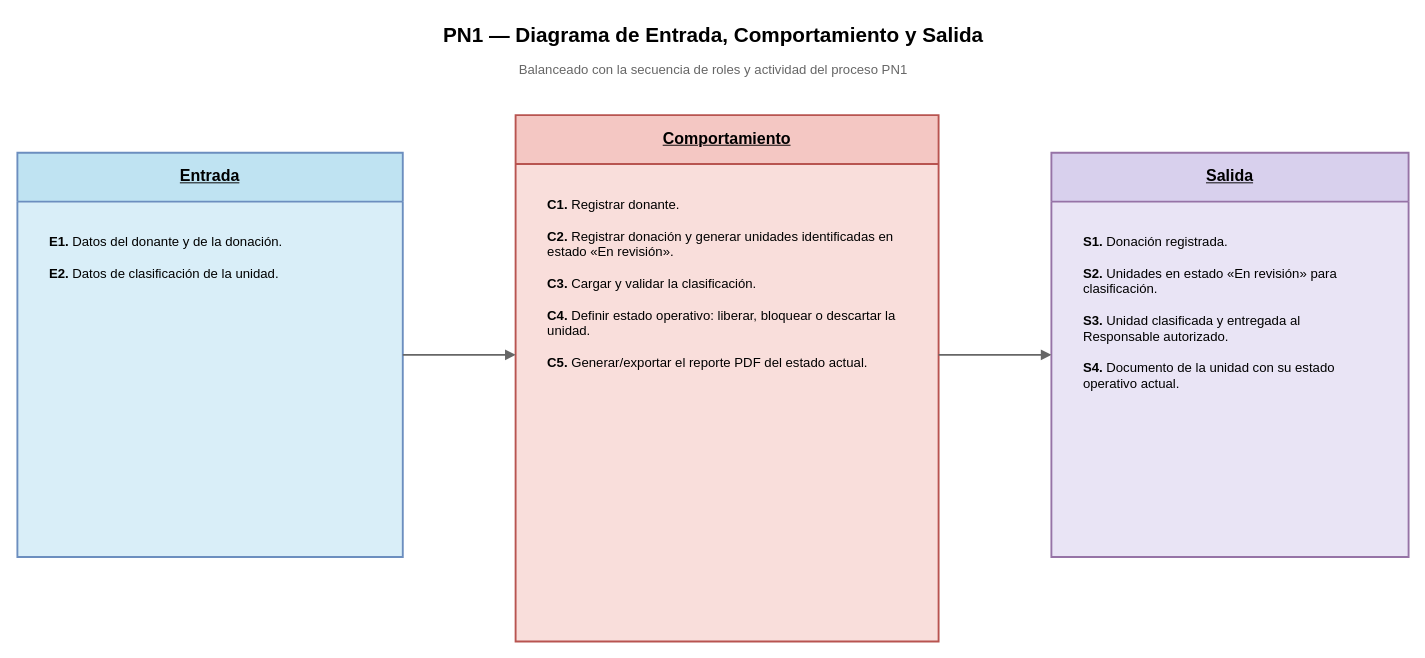
This is Diagramas/Secuencia de Roles/PN1_DiagramaEntradaComportamientoSalida.drawio from juanNH/Ingenieria-de-Software, a draw.io file, before an edit. Source tidied: cells renumbered, new cells numbered last; positions are measured from the earlier drawing's top-left corner, leaving out a move shared by most shapes. Both pictures are drawn from the tidied source at 94%, with x=0, y=0 at pixel (17, 16).
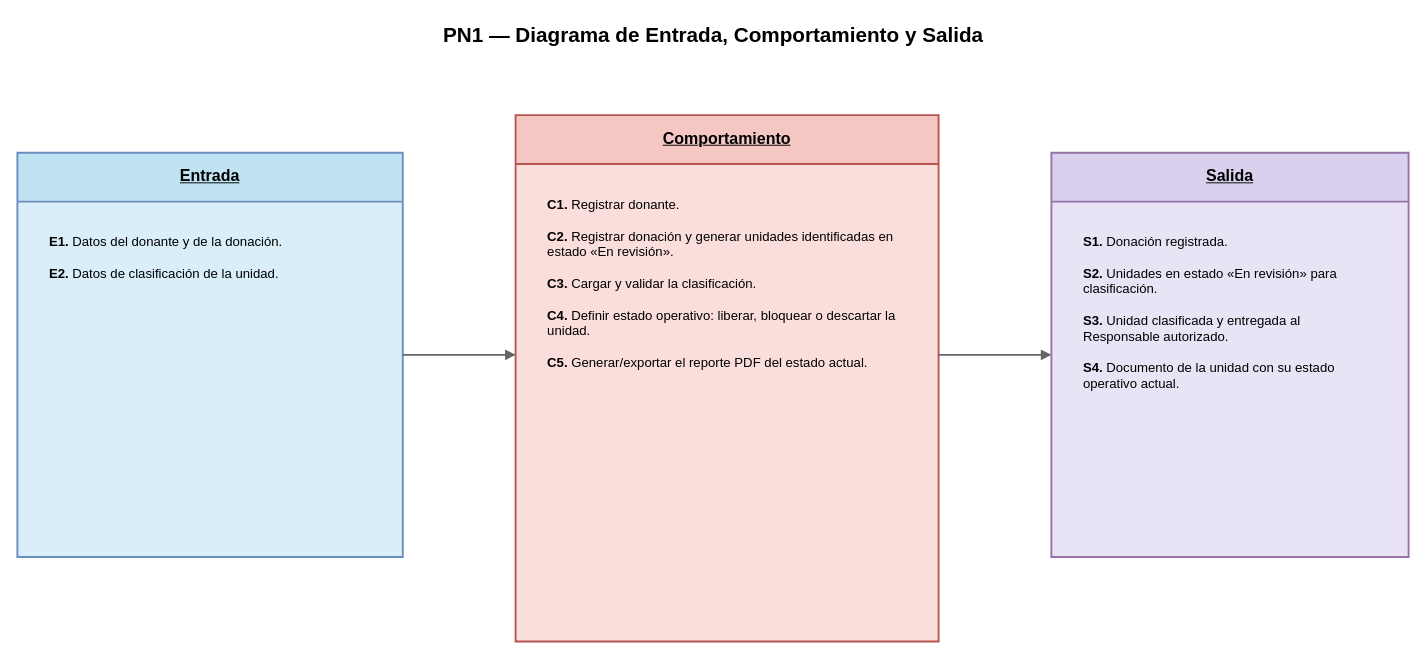
The same page after the edit.

What changed in the source:
```diff
@@
 <mxGraphModel>
   <root>
     <mxCell id="0" />
     <mxCell id="1" parent="0" />
     <mxCell id="2" value="PN1 — Diagrama de Entrada, Comportamiento y Salida" style="text;html=1;strokeColor=none;fillColor=none;fontStyle=1;fontSize=22;align=center;verticalAlign=middle;fontFamily=Arial;" parent="1" vertex="1">
       <mxGeometry x="190" width="1100" height="42" as="geometry" />
     </mxCell>
-    <mxCell id="3" value="Balanceado con la secuencia de roles y actividad del proceso PN1" style="text;html=1;strokeColor=none;fillColor=none;fontSize=14;align=center;verticalAlign=middle;fontColor=#666666;fontFamily=Arial;" parent="1" vertex="1">
-      <mxGeometry x="190" y="43" width="1100" height="28" as="geometry" />
-    </mxCell>
     <mxCell id="4" value="&lt;b&gt;&lt;u&gt;Entrada&lt;/u&gt;&lt;/b&gt;" style="swimlane;horizontal=1;startSize=52;whiteSpace=wrap;html=1;rounded=0;fillColor=#bfe3f2;swimlaneFillColor=#d9eef8;strokeColor=#6c8ebf;strokeWidth=2;fontSize=17;fontFamily=Arial;align=center;verticalAlign=middle;" parent="1" vertex="1">
       <mxGeometry y="145" width="410" height="430" as="geometry" />
     </mxCell>
     <mxCell id="5" value="&lt;b&gt;E1.&lt;/b&gt; Datos del donante y de la donación.&lt;br&gt;&lt;br&gt;&lt;b&gt;E2.&lt;/b&gt; Datos de clasificación de la unidad." style="text;html=1;strokeColor=none;fillColor=none;whiteSpace=wrap;fontSize=14;fontFamily=Arial;align=left;verticalAlign=top;spacingLeft=12;spacingRight=12;spacingTop=10;" parent="1" vertex="1">
       <mxGeometry x="20" y="215" width="370" height="335" as="geometry" />
     </mxCell>
     <mxCell id="6" value="&lt;b&gt;&lt;u&gt;Comportamiento&lt;/u&gt;&lt;/b&gt;" style="swimlane;horizontal=1;startSize=52;whiteSpace=wrap;html=1;rounded=0;fillColor=#f4c7c3;swimlaneFillColor=#f9dedb;strokeColor=#b85450;strokeWidth=2;fontSize=17;fontFamily=Arial;align=center;verticalAlign=middle;" parent="1" vertex="1">
       <mxGeometry x="530" y="105" width="450" height="560" as="geometry" />
     </mxCell>
     <mxCell id="7" value="&lt;b&gt;C1.&lt;/b&gt; Registrar donante.&lt;br&gt;&lt;br&gt;&lt;b&gt;C2.&lt;/b&gt; Registrar donación y generar unidades identificadas en estado «En revisión».&lt;br&gt;&lt;br&gt;&lt;b&gt;C3.&lt;/b&gt; Cargar y validar la clasificación.&lt;br&gt;&lt;br&gt;&lt;b&gt;C4.&lt;/b&gt; Definir estado operativo: liberar, bloquear o descartar la unidad.&lt;br&gt;&lt;br&gt;&lt;b&gt;C5.&lt;/b&gt; Generar/exportar el reporte PDF del estado actual." style="text;html=1;strokeColor=none;fillColor=none;whiteSpace=wrap;fontSize=14;fontFamily=Arial;align=left;verticalAlign=top;spacingLeft=12;spacingRight=12;spacingTop=10;" parent="1" vertex="1">
       <mxGeometry x="550" y="175" width="410" height="490" as="geometry" />
     </mxCell>
     <mxCell id="8" value="&lt;b&gt;&lt;u&gt;Salida&lt;/u&gt;&lt;/b&gt;" style="swimlane;horizontal=1;startSize=52;whiteSpace=wrap;html=1;rounded=0;fillColor=#d8d0ed;swimlaneFillColor=#e9e4f5;strokeColor=#9673a6;strokeWidth=2;fontSize=17;fontFamily=Arial;align=center;verticalAlign=middle;" parent="1" vertex="1">
       <mxGeometry x="1100" y="145" width="380" height="430" as="geometry" />
     </mxCell>
     <mxCell id="9" value="&lt;b&gt;S1.&lt;/b&gt; Donación registrada.&lt;br&gt;&lt;br&gt;&lt;b&gt;S2.&lt;/b&gt; Unidades en estado «En revisión» para clasificación.&lt;br&gt;&lt;br&gt;&lt;b&gt;S3.&lt;/b&gt; Unidad clasificada y entregada al Responsable autorizado.&lt;br&gt;&lt;br&gt;&lt;b&gt;S4.&lt;/b&gt; Documento de la unidad con su estado operativo actual." style="text;html=1;strokeColor=none;fillColor=none;whiteSpace=wrap;fontSize=14;fontFamily=Arial;align=left;verticalAlign=top;spacingLeft=12;spacingRight=12;spacingTop=10;" parent="1" vertex="1">
       <mxGeometry x="1120" y="215" width="340" height="335" as="geometry" />
     </mxCell>
     <mxCell id="10" style="edgeStyle=orthogonalEdgeStyle;rounded=0;html=1;endArrow=block;endFill=1;strokeColor=#666666;strokeWidth=2;" parent="1" edge="1">
       <mxGeometry relative="1" as="geometry">
         <mxPoint x="410" y="360" as="sourcePoint" />
         <mxPoint x="530" y="360" as="targetPoint" />
       </mxGeometry>
     </mxCell>
     <mxCell id="11" style="edgeStyle=orthogonalEdgeStyle;rounded=0;html=1;endArrow=block;endFill=1;strokeColor=#666666;strokeWidth=2;" parent="1" edge="1">
       <mxGeometry relative="1" as="geometry">
         <mxPoint x="980" y="360" as="sourcePoint" />
         <mxPoint x="1100" y="360" as="targetPoint" />
       </mxGeometry>
     </mxCell>
   </root>
 </mxGraphModel>
```
